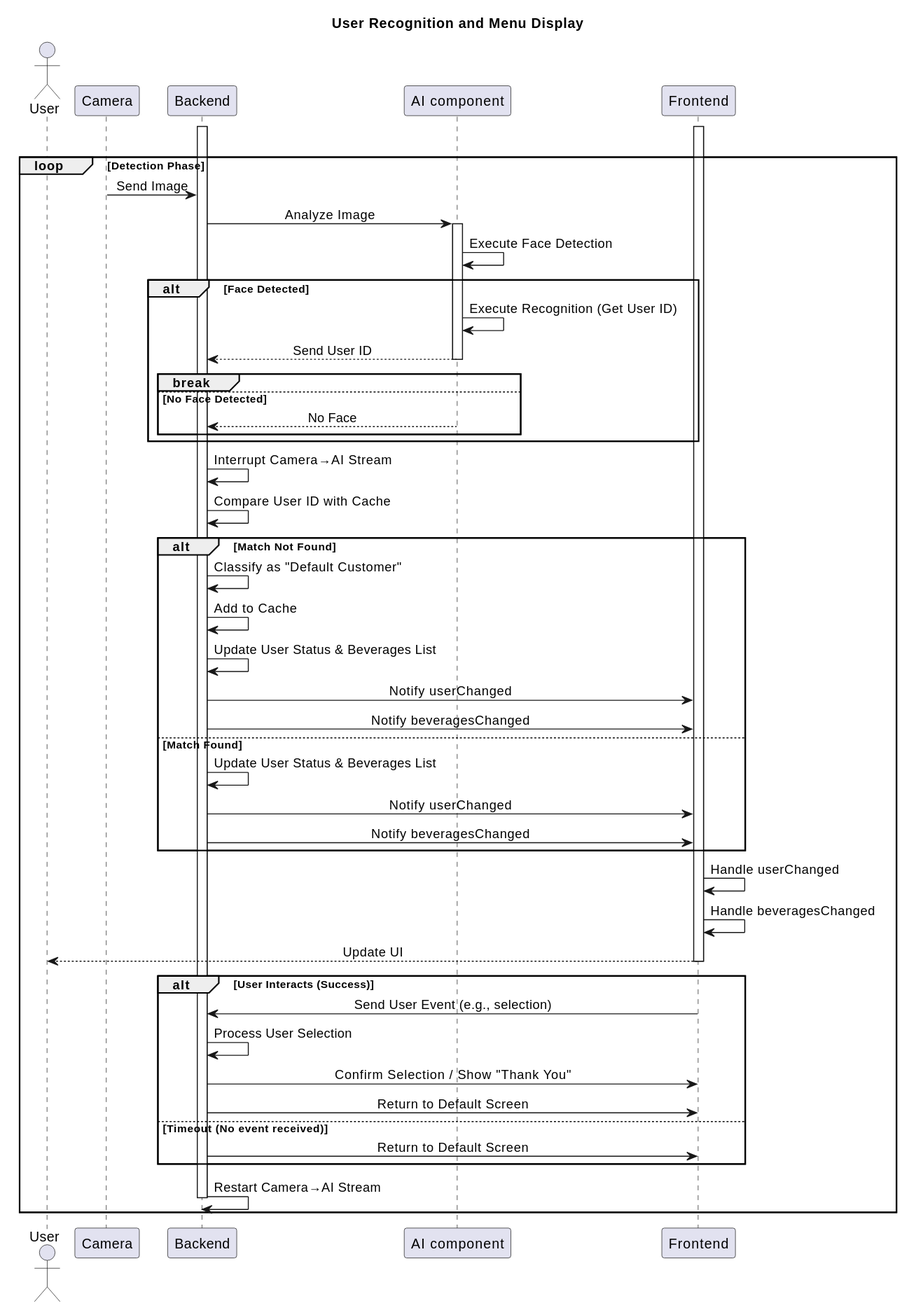
Above: docs/src/diagrams/sequence_diagrams/user_recognition_and_menu_display.svg in edge-coffee-machine/edge-coffee-machine (PlantUML), before the change. The source it was exported from:
```plantuml
@startuml
title User Recognition and Menu Display
skinparam sequenceMessageAlign center

actor User
participant Camera
participant Backend
participant "AI component" as AI
participant Frontend

loop System Lifecycle

    loop Detection Phase
        Camera -> Backend: Send Image
        Backend -> AI: Analyze Image
        activate AI

        AI -> AI: Execute Face Detection

        alt Face Detected
            AI -> AI: Execute Recognition (Get User ID)
            AI --> Backend: Send User ID
            deactivate AI
            break
        else No Face Detected
            AI --> Backend: No Face
            deactivate AI
        end
    end

    activate Backend

    Backend -> Backend: Interrupt Camera→AI Stream

    Backend -> Backend: Compare User ID with Cache
    alt Match Not Found
        Backend -> Backend: Classify as "Default Customer"
        Backend -> Backend: Add to Cache
        Backend -> Backend: Update User Status & Beverages List
        Backend -> Frontend: Notify userChanged
        Backend -> Frontend: Notify beveragesChanged
    else Match Found
        Backend -> Backend: Update User Status & Beverages List
        Backend -> Frontend: Notify userChanged
        Backend -> Frontend: Notify beveragesChanged
    end

    activate Frontend
    Frontend -> Frontend: Handle userChanged
    Frontend -> Frontend: Handle beveragesChanged
    Frontend --> User: Update UI
    deactivate Frontend

    alt User Interacts (Success)
        Frontend -> Backend: Send User Event (e.g., selection)

        Backend -> Backend: Process User Selection
        Backend -> Frontend: Confirm Selection / Show "Thank You"

        Backend -> Frontend: Return to Default Screen

    else Timeout (No event received)
        Backend -> Frontend: Return to Default Screen
    end

    Backend -> Backend: Restart Camera→AI Stream
    deactivate Backend

end
@enduml
```
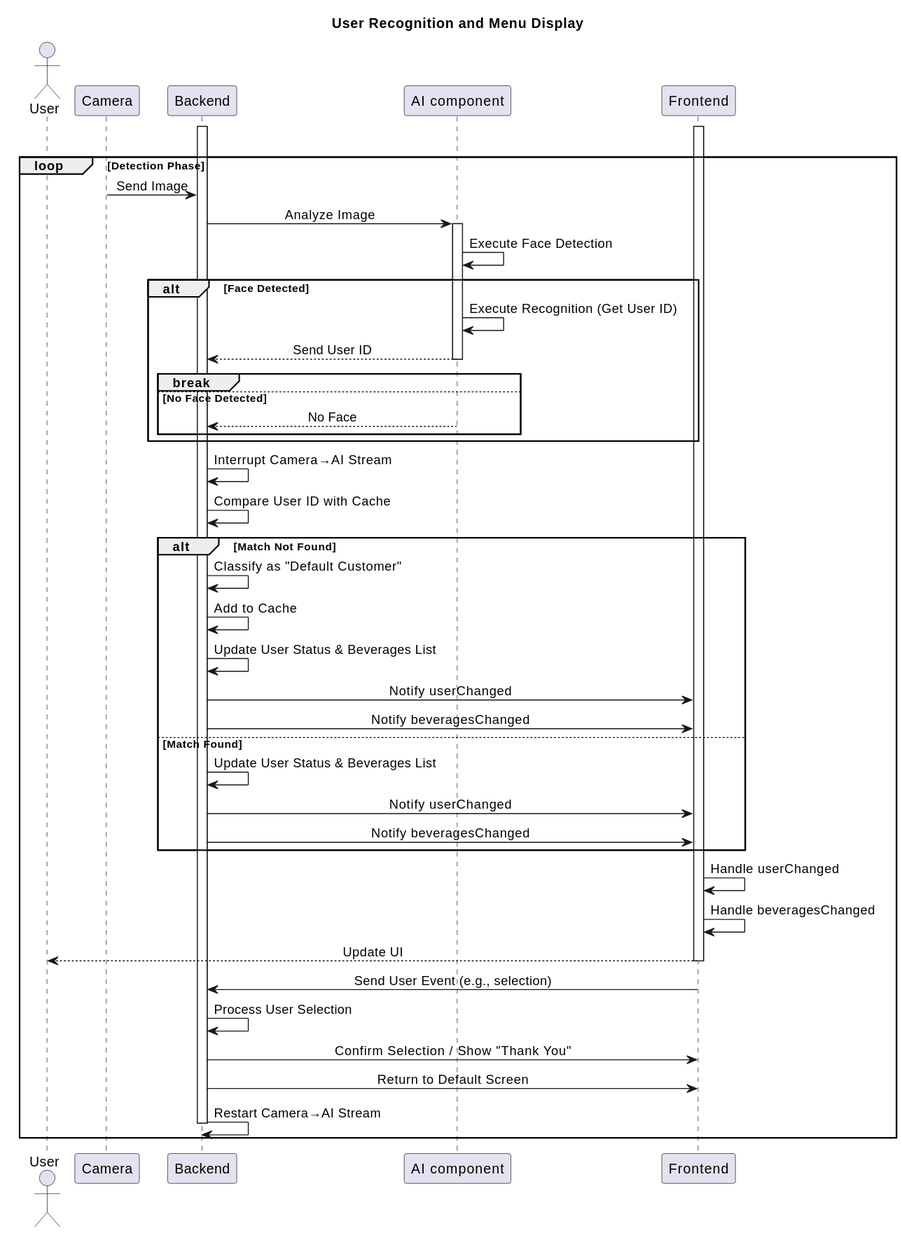
After the commit.

Commit message:
Reflect latest changes in diagrams

The edit, as a diff of the source:
```diff
@@ -51,17 +51,12 @@
     Frontend --> User: Update UI
     deactivate Frontend
 
-    alt User Interacts (Success)
-        Frontend -> Backend: Send User Event (e.g., selection)
+    Frontend -> Backend: Send User Event (e.g., selection)
 
-        Backend -> Backend: Process User Selection
-        Backend -> Frontend: Confirm Selection / Show "Thank You"
+    Backend -> Backend: Process User Selection
+    Backend -> Frontend: Confirm Selection / Show "Thank You"
 
-        Backend -> Frontend: Return to Default Screen
-
-    else Timeout (No event received)
-        Backend -> Frontend: Return to Default Screen
-    end
+    Backend -> Frontend: Return to Default Screen
 
     Backend -> Backend: Restart Camera→AI Stream
     deactivate Backend
```
